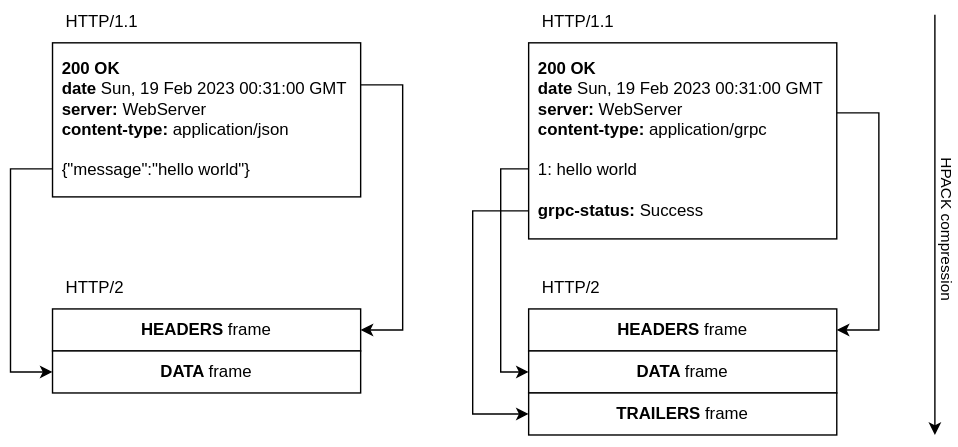
HaniAlshikh/bachelor-thesis keeps this draw.io diagram as src/template_thesis/diagrams/http1_vs_http2.drawio.svg. Above is the earlier version. Source tidied: cells renumbered, new cells last; positions are measured from the earlier drawing's top-left corner, leaving out a move shared by most shapes. The source it was exported from:
```xml
<mxGraphModel background="#ffffff">
  <root>
    <mxCell id="0" />
    <mxCell id="1" parent="0" />
    <mxCell id="2" style="edgeStyle=orthogonalEdgeStyle;html=1;rounded=0;" parent="1" edge="1" source="4" target="6">
      <mxGeometry relative="1" as="geometry">
        <Array as="points">
          <mxPoint y="120" />
          <mxPoint y="265" />
        </Array>
      </mxGeometry>
    </mxCell>
    <mxCell id="3" style="edgeStyle=orthogonalEdgeStyle;rounded=0;html=1;" parent="1" edge="1" source="4" target="5">
      <mxGeometry relative="1" as="geometry">
        <Array as="points">
          <mxPoint x="280" y="60" />
          <mxPoint x="280" y="235" />
        </Array>
      </mxGeometry>
    </mxCell>
    <mxCell id="4" value="&lt;b&gt;200 OK&lt;/b&gt;&lt;br&gt;&lt;b&gt;date &lt;/b&gt;Sun, 19 Feb 2023 00:31:00 GMT&lt;br&gt;&lt;b&gt;server: &lt;/b&gt;WebServer&lt;br&gt;&lt;b&gt;content-type: &lt;/b&gt;application/json&lt;br&gt;&lt;br&gt;{&quot;message&quot;:&quot;hello world&quot;}" style="rounded=0;whiteSpace=wrap;html=1;align=left;verticalAlign=top;spacing=7;" parent="1" vertex="1">
      <mxGeometry x="30" y="30" width="220" height="110" as="geometry" />
    </mxCell>
    <mxCell id="5" value="&lt;b&gt;HEADERS&lt;/b&gt; frame" style="rounded=0;whiteSpace=wrap;html=1;" parent="1" vertex="1">
      <mxGeometry x="30" y="220" width="220" height="30" as="geometry" />
    </mxCell>
    <mxCell id="6" value="&lt;b&gt;DATA&lt;/b&gt; frame" style="rounded=0;whiteSpace=wrap;html=1;" parent="1" vertex="1">
      <mxGeometry x="30" y="250" width="220" height="30" as="geometry" />
    </mxCell>
    <mxCell id="7" value="HTTP/1.1" style="text;html=1;align=center;verticalAlign=middle;strokeColor=none;fillColor=none;" parent="1" vertex="1">
      <mxGeometry x="30" width="70" height="30" as="geometry" />
    </mxCell>
    <mxCell id="8" style="edgeStyle=orthogonalEdgeStyle;rounded=0;html=1;" parent="1" edge="1" source="11" target="12">
      <mxGeometry relative="1" as="geometry">
        <Array as="points">
          <mxPoint x="620" y="80" />
          <mxPoint x="620" y="235" />
        </Array>
      </mxGeometry>
    </mxCell>
    <mxCell id="9" style="edgeStyle=orthogonalEdgeStyle;rounded=0;html=1;" parent="1" edge="1" source="11" target="13">
      <mxGeometry relative="1" as="geometry">
        <Array as="points">
          <mxPoint x="350" y="120" />
          <mxPoint x="350" y="265" />
        </Array>
      </mxGeometry>
    </mxCell>
    <mxCell id="10" style="edgeStyle=orthogonalEdgeStyle;rounded=0;html=1;" parent="1" edge="1" source="11" target="15">
      <mxGeometry relative="1" as="geometry">
        <Array as="points">
          <mxPoint x="330" y="150" />
          <mxPoint x="330" y="295" />
        </Array>
      </mxGeometry>
    </mxCell>
    <mxCell id="11" value="&lt;b&gt;200 OK&lt;/b&gt;&lt;br&gt;&lt;b&gt;date &lt;/b&gt;Sun, 19 Feb 2023 00:31:00 GMT&lt;br&gt;&lt;b&gt;server: &lt;/b&gt;WebServer&lt;br&gt;&lt;b&gt;content-type: &lt;/b&gt;application/grpc&lt;br&gt;&lt;br&gt;1: hello world&lt;br&gt;&lt;br&gt;&lt;b&gt;grpc-status:&lt;/b&gt; Success" style="rounded=0;whiteSpace=wrap;html=1;align=left;verticalAlign=top;spacing=7;" parent="1" vertex="1">
      <mxGeometry x="369.9" y="30" width="220" height="140" as="geometry" />
    </mxCell>
    <mxCell id="12" value="&lt;b&gt;HEADERS&lt;/b&gt; frame" style="rounded=0;whiteSpace=wrap;html=1;" parent="1" vertex="1">
      <mxGeometry x="369.9" y="220" width="220" height="30" as="geometry" />
    </mxCell>
    <mxCell id="13" value="&lt;b&gt;DATA&lt;/b&gt; frame" style="rounded=0;whiteSpace=wrap;html=1;" parent="1" vertex="1">
      <mxGeometry x="369.9" y="250" width="220" height="30" as="geometry" />
    </mxCell>
    <mxCell id="14" value="HTTP/2" style="text;html=1;align=center;verticalAlign=middle;strokeColor=none;fillColor=none;" parent="1" vertex="1">
      <mxGeometry x="30" y="190" width="60" height="30" as="geometry" />
    </mxCell>
    <mxCell id="15" value="&lt;b&gt;TRAILERS&lt;/b&gt; frame" style="rounded=0;whiteSpace=wrap;html=1;" parent="1" vertex="1">
      <mxGeometry x="369.9" y="280" width="220" height="30" as="geometry" />
    </mxCell>
    <mxCell id="16" value="HTTP/2" style="text;html=1;align=center;verticalAlign=middle;strokeColor=none;fillColor=none;" parent="1" vertex="1">
      <mxGeometry x="369.9" y="190" width="60" height="30" as="geometry" />
    </mxCell>
    <mxCell id="17" value="HTTP/1.1" style="text;html=1;align=center;verticalAlign=middle;strokeColor=none;fillColor=none;" parent="1" vertex="1">
      <mxGeometry x="370" width="70" height="30" as="geometry" />
    </mxCell>
    <mxCell id="18" style="endArrow=classic;html=1;" parent="1" edge="1">
      <mxGeometry relative="1" as="geometry">
        <mxPoint x="660" y="10" as="sourcePoint" />
        <mxPoint x="660" y="310" as="targetPoint" />
      </mxGeometry>
    </mxCell>
    <mxCell id="19" value="HPACK compression" style="edgeLabel;html=1;align=center;verticalAlign=middle;horizontal=0;rotation=-180;" parent="18" vertex="1">
      <mxGeometry x="-0.26" y="1" relative="1" as="geometry">
        <mxPoint x="9" y="41" as="offset" />
      </mxGeometry>
    </mxCell>
  </root>
</mxGraphModel>
```
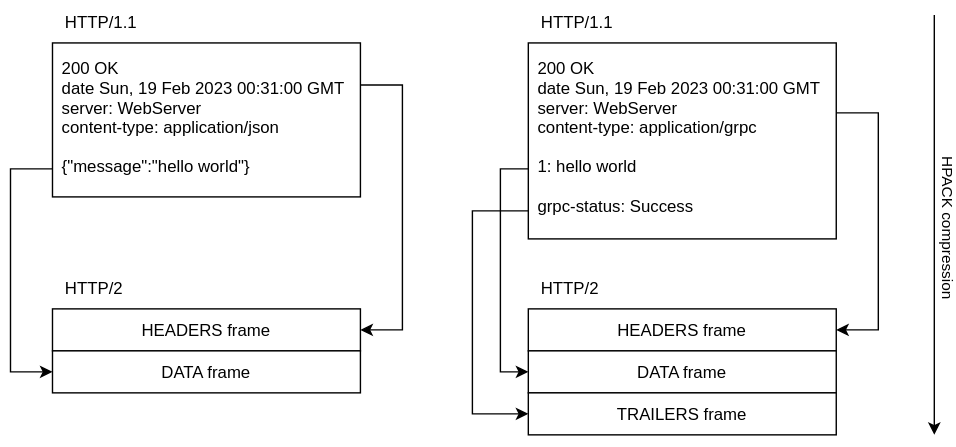
The same file after the commit.

Change to the diagram source:
```diff
@@ -2,7 +2,7 @@
   <root>
     <mxCell id="0" />
     <mxCell id="1" parent="0" />
-    <mxCell id="2" style="edgeStyle=orthogonalEdgeStyle;html=1;rounded=0;" parent="1" edge="1" source="4" target="6">
+    <mxCell id="2" style="edgeStyle=orthogonalEdgeStyle;rounded=0;" parent="1" edge="1" source="4" target="6">
       <mxGeometry relative="1" as="geometry">
         <Array as="points">
           <mxPoint y="120" />
@@ -10,7 +10,7 @@
         </Array>
       </mxGeometry>
     </mxCell>
-    <mxCell id="3" style="edgeStyle=orthogonalEdgeStyle;rounded=0;html=1;" parent="1" edge="1" source="4" target="5">
+    <mxCell id="3" style="edgeStyle=orthogonalEdgeStyle;rounded=0;" parent="1" edge="1" source="4" target="5">
       <mxGeometry relative="1" as="geometry">
         <Array as="points">
           <mxPoint x="280" y="60" />
@@ -18,19 +18,19 @@
         </Array>
       </mxGeometry>
     </mxCell>
-    <mxCell id="4" value="&lt;b&gt;200 OK&lt;/b&gt;&lt;br&gt;&lt;b&gt;date &lt;/b&gt;Sun, 19 Feb 2023 00:31:00 GMT&lt;br&gt;&lt;b&gt;server: &lt;/b&gt;WebServer&lt;br&gt;&lt;b&gt;content-type: &lt;/b&gt;application/json&lt;br&gt;&lt;br&gt;{&quot;message&quot;:&quot;hello world&quot;}" style="rounded=0;whiteSpace=wrap;html=1;align=left;verticalAlign=top;spacing=7;" parent="1" vertex="1">
+    <mxCell id="4" value="200 OK&#10;date Sun, 19 Feb 2023 00:31:00 GMT&#10;server: WebServer&#10;content-type: application/json&#10;&#10;{&quot;message&quot;:&quot;hello world&quot;}" style="rounded=0;align=left;verticalAlign=top;spacing=7;" parent="1" vertex="1">
       <mxGeometry x="30" y="30" width="220" height="110" as="geometry" />
     </mxCell>
-    <mxCell id="5" value="&lt;b&gt;HEADERS&lt;/b&gt; frame" style="rounded=0;whiteSpace=wrap;html=1;" parent="1" vertex="1">
+    <mxCell id="5" value="HEADERS frame" style="rounded=0;" parent="1" vertex="1">
       <mxGeometry x="30" y="220" width="220" height="30" as="geometry" />
     </mxCell>
-    <mxCell id="6" value="&lt;b&gt;DATA&lt;/b&gt; frame" style="rounded=0;whiteSpace=wrap;html=1;" parent="1" vertex="1">
+    <mxCell id="6" value="DATA frame" style="rounded=0;" parent="1" vertex="1">
       <mxGeometry x="30" y="250" width="220" height="30" as="geometry" />
     </mxCell>
-    <mxCell id="7" value="HTTP/1.1" style="text;html=1;align=center;verticalAlign=middle;strokeColor=none;fillColor=none;" parent="1" vertex="1">
+    <mxCell id="7" value="HTTP/1.1" style="text;align=center;verticalAlign=middle;strokeColor=none;fillColor=none;" parent="1" vertex="1">
       <mxGeometry x="30" width="70" height="30" as="geometry" />
     </mxCell>
-    <mxCell id="8" style="edgeStyle=orthogonalEdgeStyle;rounded=0;html=1;" parent="1" edge="1" source="11" target="12">
+    <mxCell id="8" style="edgeStyle=orthogonalEdgeStyle;rounded=0;" parent="1" edge="1" source="11" target="12">
       <mxGeometry relative="1" as="geometry">
         <Array as="points">
           <mxPoint x="620" y="80" />
@@ -38,7 +38,7 @@
         </Array>
       </mxGeometry>
     </mxCell>
-    <mxCell id="9" style="edgeStyle=orthogonalEdgeStyle;rounded=0;html=1;" parent="1" edge="1" source="11" target="13">
+    <mxCell id="9" style="edgeStyle=orthogonalEdgeStyle;rounded=0;" parent="1" edge="1" source="11" target="13">
       <mxGeometry relative="1" as="geometry">
         <Array as="points">
           <mxPoint x="350" y="120" />
@@ -46,7 +46,7 @@
         </Array>
       </mxGeometry>
     </mxCell>
-    <mxCell id="10" style="edgeStyle=orthogonalEdgeStyle;rounded=0;html=1;" parent="1" edge="1" source="11" target="15">
+    <mxCell id="10" style="edgeStyle=orthogonalEdgeStyle;rounded=0;" parent="1" edge="1" source="11" target="15">
       <mxGeometry relative="1" as="geometry">
         <Array as="points">
           <mxPoint x="330" y="150" />
@@ -54,34 +54,34 @@
         </Array>
       </mxGeometry>
     </mxCell>
-    <mxCell id="11" value="&lt;b&gt;200 OK&lt;/b&gt;&lt;br&gt;&lt;b&gt;date &lt;/b&gt;Sun, 19 Feb 2023 00:31:00 GMT&lt;br&gt;&lt;b&gt;server: &lt;/b&gt;WebServer&lt;br&gt;&lt;b&gt;content-type: &lt;/b&gt;application/grpc&lt;br&gt;&lt;br&gt;1: hello world&lt;br&gt;&lt;br&gt;&lt;b&gt;grpc-status:&lt;/b&gt; Success" style="rounded=0;whiteSpace=wrap;html=1;align=left;verticalAlign=top;spacing=7;" parent="1" vertex="1">
+    <mxCell id="11" value="200 OK&#10;date Sun, 19 Feb 2023 00:31:00 GMT&#10;server: WebServer&#10;content-type: application/grpc&#10;&#10;1: hello world&#10;&#10;grpc-status: Success" style="rounded=0;align=left;verticalAlign=top;spacing=7;" parent="1" vertex="1">
       <mxGeometry x="369.9" y="30" width="220" height="140" as="geometry" />
     </mxCell>
-    <mxCell id="12" value="&lt;b&gt;HEADERS&lt;/b&gt; frame" style="rounded=0;whiteSpace=wrap;html=1;" parent="1" vertex="1">
+    <mxCell id="12" value="HEADERS frame" style="rounded=0;" parent="1" vertex="1">
       <mxGeometry x="369.9" y="220" width="220" height="30" as="geometry" />
     </mxCell>
-    <mxCell id="13" value="&lt;b&gt;DATA&lt;/b&gt; frame" style="rounded=0;whiteSpace=wrap;html=1;" parent="1" vertex="1">
+    <mxCell id="13" value="DATA frame" style="rounded=0;" parent="1" vertex="1">
       <mxGeometry x="369.9" y="250" width="220" height="30" as="geometry" />
     </mxCell>
-    <mxCell id="14" value="HTTP/2" style="text;html=1;align=center;verticalAlign=middle;strokeColor=none;fillColor=none;" parent="1" vertex="1">
+    <mxCell id="14" value="HTTP/2" style="text;align=center;verticalAlign=middle;strokeColor=none;fillColor=none;" parent="1" vertex="1">
       <mxGeometry x="30" y="190" width="60" height="30" as="geometry" />
     </mxCell>
-    <mxCell id="15" value="&lt;b&gt;TRAILERS&lt;/b&gt; frame" style="rounded=0;whiteSpace=wrap;html=1;" parent="1" vertex="1">
+    <mxCell id="15" value="TRAILERS frame" style="rounded=0;" parent="1" vertex="1">
       <mxGeometry x="369.9" y="280" width="220" height="30" as="geometry" />
     </mxCell>
-    <mxCell id="16" value="HTTP/2" style="text;html=1;align=center;verticalAlign=middle;strokeColor=none;fillColor=none;" parent="1" vertex="1">
+    <mxCell id="16" value="HTTP/2" style="text;align=center;verticalAlign=middle;strokeColor=none;fillColor=none;" parent="1" vertex="1">
       <mxGeometry x="369.9" y="190" width="60" height="30" as="geometry" />
     </mxCell>
-    <mxCell id="17" value="HTTP/1.1" style="text;html=1;align=center;verticalAlign=middle;strokeColor=none;fillColor=none;" parent="1" vertex="1">
+    <mxCell id="17" value="HTTP/1.1" style="text;align=center;verticalAlign=middle;strokeColor=none;fillColor=none;" parent="1" vertex="1">
       <mxGeometry x="370" width="70" height="30" as="geometry" />
     </mxCell>
-    <mxCell id="18" style="endArrow=classic;html=1;" parent="1" edge="1">
+    <mxCell id="18" style="endArrow=classic;" parent="1" edge="1">
       <mxGeometry relative="1" as="geometry">
         <mxPoint x="660" y="10" as="sourcePoint" />
         <mxPoint x="660" y="310" as="targetPoint" />
       </mxGeometry>
     </mxCell>
-    <mxCell id="19" value="HPACK compression" style="edgeLabel;html=1;align=center;verticalAlign=middle;horizontal=0;rotation=-180;" parent="18" vertex="1">
+    <mxCell id="19" value="HPACK compression" style="edgeLabel;align=center;verticalAlign=middle;horizontal=0;rotation=-180;" parent="18" vertex="1">
       <mxGeometry x="-0.26" y="1" relative="1" as="geometry">
         <mxPoint x="9" y="41" as="offset" />
       </mxGeometry>
```
